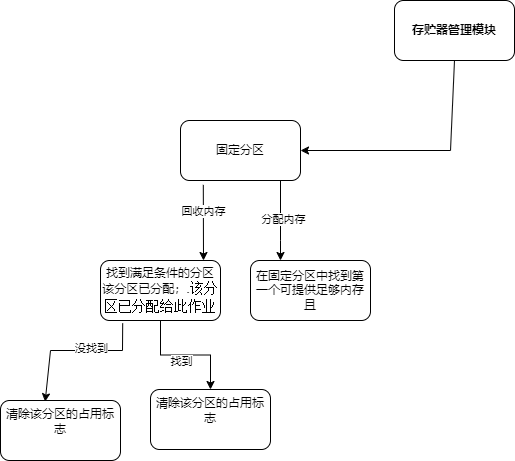
Earlier version of the draw.io export draw.io/存贮器管理模块设计.drawio.png (Nessential/draw.io). Source tidied: cells renumbered, new cells last; positions are measured from the earlier drawing's top-left corner, leaving out a move shared by most shapes.
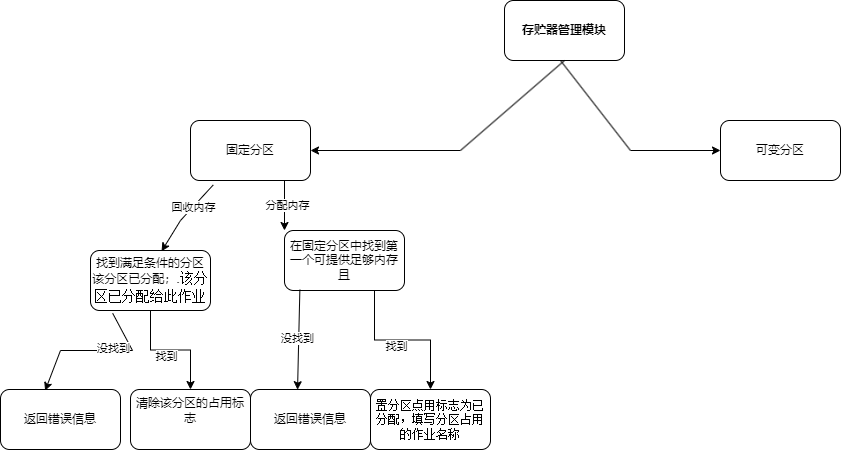
The same file after the commit.

Commit message:
更新存贮器管理模块设计.drawio.png

Diff of the diagram source:
```diff
@@ -3,27 +3,27 @@
     <mxCell id="0" />
     <mxCell id="1" parent="0" />
     <mxCell id="2" value="在固定分区中找到第一个可提供足够内存且" style="rounded=1;whiteSpace=wrap;html=1;" parent="1" vertex="1">
-      <mxGeometry x="250" y="260" width="120" height="60" as="geometry" />
+      <mxGeometry x="174" y="230" width="120" height="60" as="geometry" />
     </mxCell>
     <mxCell id="3" value="&lt;b&gt;存贮器管理模块&lt;/b&gt;" style="rounded=1;whiteSpace=wrap;html=1;" parent="1" vertex="1">
       <mxGeometry x="394" width="120" height="60" as="geometry" />
     </mxCell>
     <mxCell id="4" style="endArrow=none;html=1;rounded=0;exitX=0.5;exitY=1;exitDx=0;exitDy=0;" parent="1" edge="1" source="3">
       <mxGeometry relative="1" as="geometry">
-        <mxPoint x="450" y="150" as="targetPoint" />
+        <mxPoint x="350" y="150" as="targetPoint" />
       </mxGeometry>
     </mxCell>
     <mxCell id="5" style="endArrow=classic;html=1;rounded=0;" parent="1" edge="1">
       <mxGeometry relative="1" as="geometry">
-        <mxPoint x="450" y="150" as="sourcePoint" />
-        <mxPoint x="300" y="150" as="targetPoint" />
+        <mxPoint x="350" y="150" as="sourcePoint" />
+        <mxPoint x="200" y="150" as="targetPoint" />
       </mxGeometry>
     </mxCell>
     <mxCell id="6" style="edgeStyle=orthogonalEdgeStyle;rounded=0;jettySize=auto;html=1;" parent="1" edge="1" source="8" target="2">
       <mxGeometry relative="1" as="geometry">
         <Array as="points">
-          <mxPoint x="280" y="240" />
-          <mxPoint x="280" y="240" />
+          <mxPoint x="180" y="240" />
+          <mxPoint x="180" y="240" />
         </Array>
       </mxGeometry>
     </mxCell>
@@ -31,11 +31,13 @@
       <mxGeometry x="-0.06" y="2" relative="1" as="geometry" />
     </mxCell>
     <mxCell id="8" value="固定分区" style="rounded=1;whiteSpace=wrap;html=1;" parent="1" vertex="1">
-      <mxGeometry x="180" y="120" width="120" height="60" as="geometry" />
+      <mxGeometry x="80" y="120" width="120" height="60" as="geometry" />
     </mxCell>
-    <mxCell id="9" style="endArrow=classic;html=1;rounded=0;exitX=0.19;exitY=1.073;exitDx=0;exitDy=0;exitPerimeter=0;" parent="1" edge="1" source="8">
+    <mxCell id="9" style="endArrow=classic;html=1;rounded=0;exitX=0.19;exitY=1.073;exitDx=0;exitDy=0;exitPerimeter=0;entryX=0.592;entryY=0.013;entryDx=0;entryDy=0;entryPerimeter=0;" parent="1" edge="1" source="8" target="13">
       <mxGeometry relative="1" as="geometry">
-        <mxPoint x="203" y="260" as="targetPoint" />
+        <Array as="points">
+          <mxPoint x="70" y="220" />
+        </Array>
       </mxGeometry>
     </mxCell>
     <mxCell id="10" value="回收内存" style="edgeLabel;html=1;align=center;verticalAlign=middle;" parent="9" vertex="1">
@@ -48,24 +50,56 @@
       <mxGeometry x="-0.08" y="-6" relative="1" as="geometry" />
     </mxCell>
     <mxCell id="13" value="找到满足条件的分区该分区已分配；&lt;span style=&quot;font-size:10.5pt;mso-bidi-font-size:12.0pt;font-family:&amp;quot;Times New Roman&amp;quot;,serif;&lt;br/&gt;mso-fareast-font-family:宋体;mso-font-kerning:1.0pt;mso-ansi-language:EN-US;&lt;br/&gt;mso-fareast-language:ZH-CN;mso-bidi-language:AR-SA&quot; lang=&quot;EN-US&quot;&gt;.&lt;/span&gt;&lt;span style=&quot;font-size:10.5pt;mso-bidi-font-size:12.0pt;font-family:宋体;mso-ascii-font-family:&lt;br/&gt;&amp;quot;Times New Roman&amp;quot;;mso-hansi-font-family:&amp;quot;Times New Roman&amp;quot;;mso-bidi-font-family:&lt;br/&gt;&amp;quot;Times New Roman&amp;quot;;mso-font-kerning:1.0pt;mso-ansi-language:EN-US;mso-fareast-language:&lt;br/&gt;ZH-CN;mso-bidi-language:AR-SA&quot;&gt;该分区已分配给此作业&lt;/span&gt;" style="rounded=1;whiteSpace=wrap;html=1;" parent="1" vertex="1">
-      <mxGeometry x="100" y="260" width="120" height="60" as="geometry" />
+      <mxGeometry x="-20" y="250" width="120" height="60" as="geometry" />
     </mxCell>
     <mxCell id="14" value="清除该分区的占用标志&lt;span style=&quot;font-size:10.5pt;mso-bidi-font-size:12.0pt;font-family:&amp;quot;Times New Roman&amp;quot;,serif;&lt;br/&gt;mso-fareast-font-family:宋体;mso-font-kerning:1.0pt;mso-ansi-language:EN-US;&lt;br/&gt;mso-fareast-language:ZH-CN;mso-bidi-language:AR-SA&quot; lang=&quot;EN-US&quot;&gt;&lt;br&gt;&amp;nbsp;&lt;/span&gt;" style="whiteSpace=wrap;html=1;rounded=1;" parent="1" vertex="1">
-      <mxGeometry x="150" y="389" width="120" height="60" as="geometry" />
+      <mxGeometry x="20" y="389" width="120" height="60" as="geometry" />
     </mxCell>
-    <mxCell id="15" value="清除该分区的占用标志&lt;span style=&quot;font-size:10.5pt;mso-bidi-font-size:12.0pt;font-family:&amp;quot;Times New Roman&amp;quot;,serif;&lt;br/&gt;mso-fareast-font-family:宋体;mso-font-kerning:1.0pt;mso-ansi-language:EN-US;&lt;br/&gt;mso-fareast-language:ZH-CN;mso-bidi-language:AR-SA&quot; lang=&quot;EN-US&quot;&gt;&lt;br&gt;&amp;nbsp;&lt;/span&gt;" style="whiteSpace=wrap;html=1;rounded=1;" parent="1" vertex="1">
-      <mxGeometry y="400" width="120" height="60" as="geometry" />
+    <mxCell id="15" value="返回错误信息" style="whiteSpace=wrap;html=1;rounded=1;" parent="1" vertex="1">
+      <mxGeometry x="-110" y="389" width="120" height="60" as="geometry" />
     </mxCell>
     <mxCell id="16" style="endArrow=classic;html=1;rounded=0;exitX=0.185;exitY=1.047;exitDx=0;exitDy=0;exitPerimeter=0;entryX=0.372;entryY=0.02;entryDx=0;entryDy=0;entryPerimeter=0;" parent="1" edge="1" source="13" target="15">
       <mxGeometry relative="1" as="geometry">
         <Array as="points">
-          <mxPoint x="122" y="350" />
-          <mxPoint x="50" y="350" />
+          <mxPoint x="22" y="350" />
+          <mxPoint x="-50" y="350" />
         </Array>
       </mxGeometry>
     </mxCell>
     <mxCell id="17" value="没找到" style="edgeLabel;html=1;align=center;verticalAlign=middle;" parent="16" vertex="1">
       <mxGeometry x="-0.22" y="-3" relative="1" as="geometry" />
     </mxCell>
+    <mxCell id="18" style="edgeStyle=orthogonalEdgeStyle;rounded=0;jettySize=auto;html=1;exitX=0.75;exitY=1;exitDx=0;exitDy=0;" parent="1" edge="1" source="2" target="20">
+      <mxGeometry relative="1" as="geometry" />
+    </mxCell>
+    <mxCell id="19" value="找到" style="edgeLabel;html=1;align=center;verticalAlign=middle;" parent="18" vertex="1">
+      <mxGeometry x="-0.08" y="-6" relative="1" as="geometry" />
+    </mxCell>
+    <mxCell id="20" value="&lt;span style=&quot;font-size:&lt;br/&gt;10.5pt;mso-bidi-font-size:12.0pt;font-family:&amp;quot;Times New Roman&amp;quot;,serif;&lt;br/&gt;mso-fareast-font-family:宋体;mso-font-kerning:1.0pt;mso-ansi-language:EN-US;&lt;br/&gt;mso-fareast-language:ZH-CN;mso-bidi-language:AR-SA&quot; lang=&quot;EN-US&quot;&gt;置分区点用标志为已分配，填写分区占用的作业名称&lt;br&gt;&lt;/span&gt;" style="whiteSpace=wrap;html=1;rounded=1;" parent="1" vertex="1">
+      <mxGeometry x="260" y="389" width="120" height="60" as="geometry" />
+    </mxCell>
+    <mxCell id="21" value="返回错误信息" style="whiteSpace=wrap;html=1;rounded=1;" parent="1" vertex="1">
+      <mxGeometry x="140" y="389" width="120" height="60" as="geometry" />
+    </mxCell>
+    <mxCell id="22" style="endArrow=classic;html=1;rounded=0;exitX=0.128;exitY=0.987;exitDx=0;exitDy=0;exitPerimeter=0;entryX=0.392;entryY=0.003;entryDx=0;entryDy=0;entryPerimeter=0;" parent="1" edge="1" source="2" target="21">
+      <mxGeometry relative="1" as="geometry" />
+    </mxCell>
+    <mxCell id="23" value="没找到" style="edgeLabel;html=1;align=center;verticalAlign=middle;" parent="22" vertex="1">
+      <mxGeometry x="-0.05" y="-2" relative="1" as="geometry" />
+    </mxCell>
+    <mxCell id="24" style="endArrow=none;html=1;rounded=0;" parent="1" edge="1">
+      <mxGeometry relative="1" as="geometry">
+        <mxPoint x="450" y="60" as="sourcePoint" />
+        <mxPoint x="520" y="150" as="targetPoint" />
+      </mxGeometry>
+    </mxCell>
+    <mxCell id="25" style="endArrow=classic;html=1;rounded=0;" parent="1" edge="1" target="26">
+      <mxGeometry relative="1" as="geometry">
+        <mxPoint x="520" y="150" as="sourcePoint" />
+      </mxGeometry>
+    </mxCell>
+    <mxCell id="26" value="可变分区" style="rounded=1;whiteSpace=wrap;html=1;" parent="1" vertex="1">
+      <mxGeometry x="610" y="120" width="120" height="60" as="geometry" />
+    </mxCell>
   </root>
 </mxGraphModel>
```
